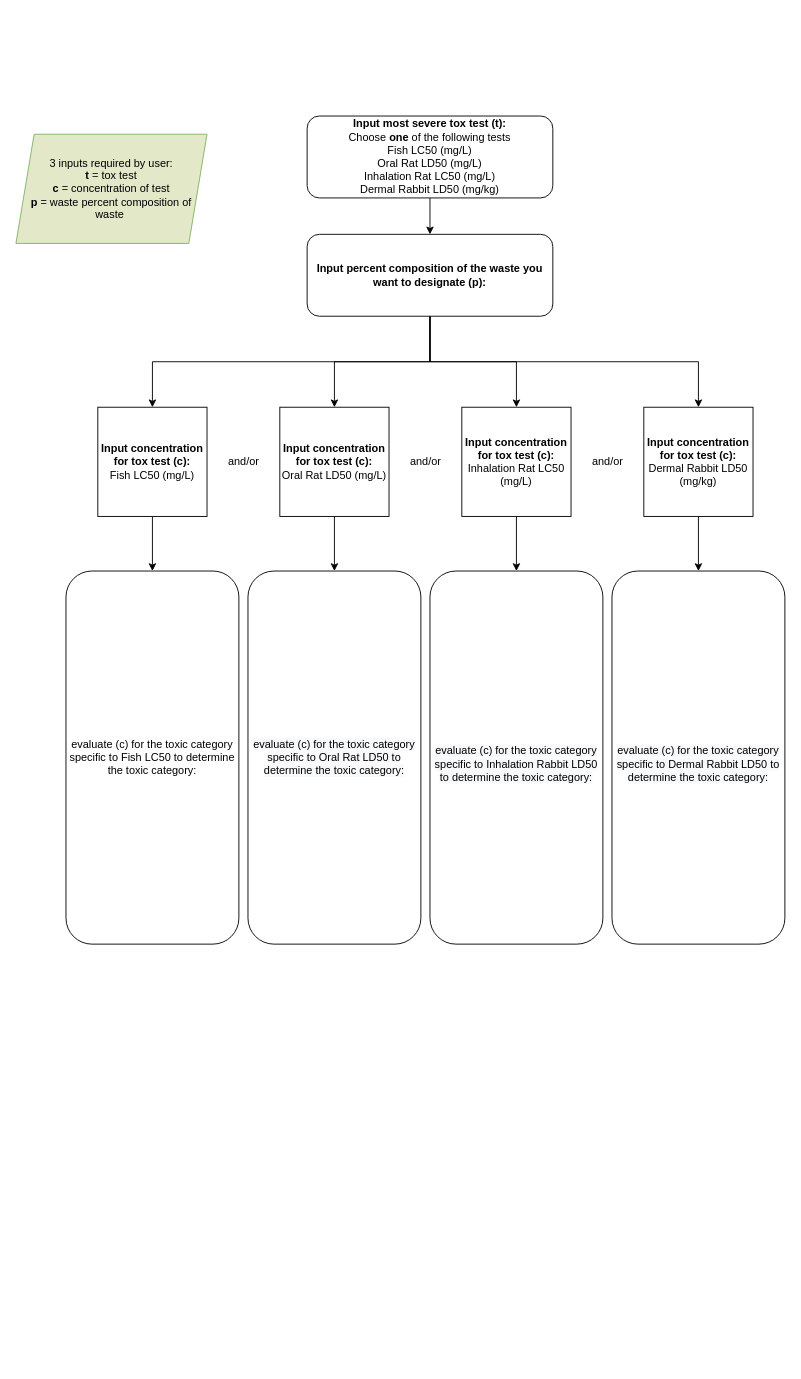
PhoenixTagal/Haku keeps this draw.io diagram as Untitled Diagram.drawio. Above is the earlier version. Source tidied: cells renumbered, new cells numbered last; positions are measured from the earlier drawing's top-left corner, leaving out a move shared by most shapes. Both pictures are drawn from the tidied source at 91%, with x=0, y=0 at pixel (15, 116).
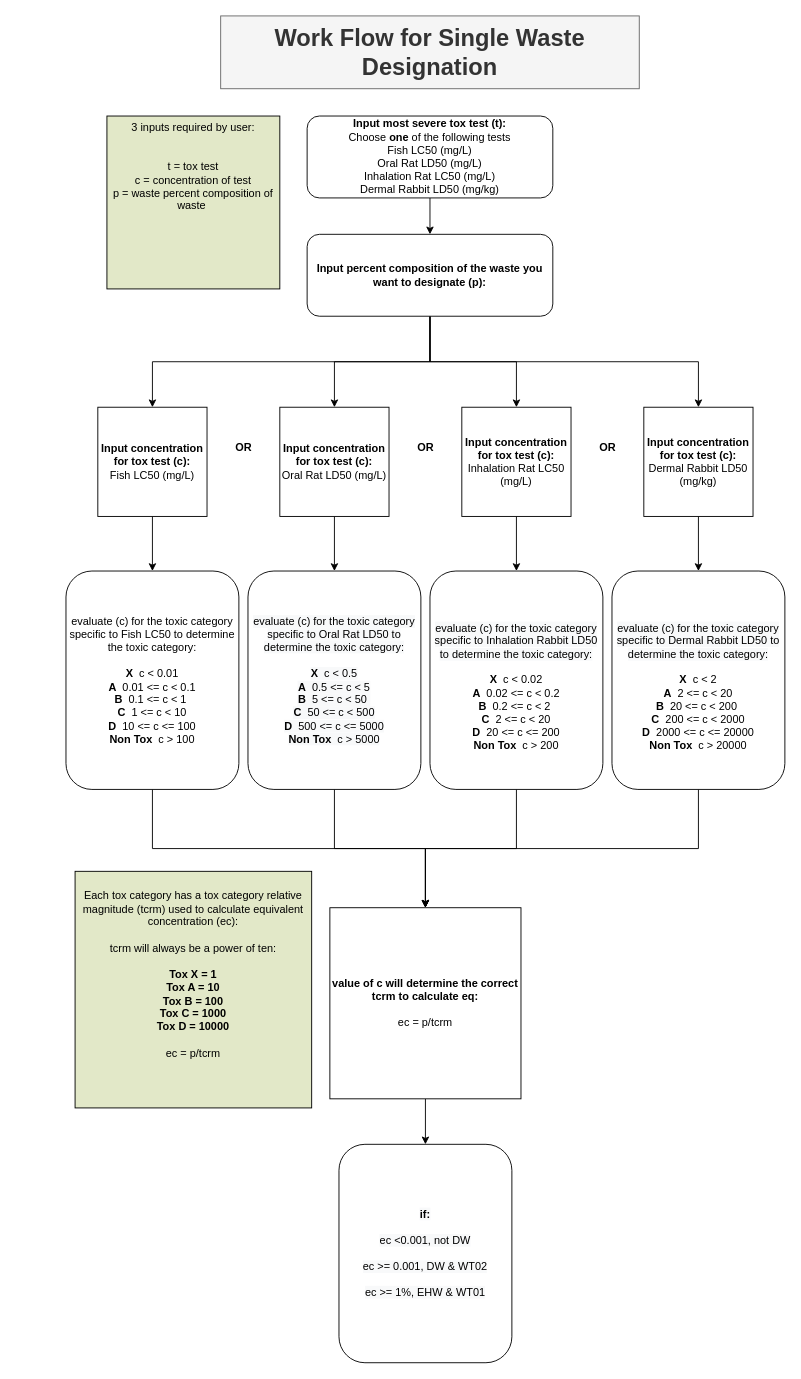
The same page after the edit.

Diff of the diagram source:
```diff
@@
+    <mxCell id="25" style="edgeStyle=orthogonalEdgeStyle;rounded=0;jettySize=auto;html=1;exitX=0.5;exitY=1;exitDx=0;exitDy=0;entryX=0.5;entryY=0;entryDx=0;entryDy=0;fontSize=12;fontColor=default;" parent="1" edge="1" source="15" target="35">
+      <mxGeometry relative="1" as="geometry" />
+    </mxCell>
-    <mxCell id="15" value="evaluate (c) for the toxic category specific to Fish LC50 to determine the toxic category:" style="rounded=1;whiteSpace=wrap;html=1;" parent="1" vertex="1">
-      <mxGeometry x="55" y="500" width="190" height="410" as="geometry" />
+    <mxCell id="15" value="evaluate (c) for the toxic category specific to Fish LC50 to determine the toxic category:&lt;br&gt;&lt;br&gt;&lt;b&gt;X&lt;/b&gt;&amp;nbsp; c &amp;lt; 0.01&lt;br&gt;&lt;b&gt;A&lt;/b&gt;&amp;nbsp; 0.01 &amp;lt;= c &amp;lt; 0.1&lt;br&gt;&lt;b&gt;B&lt;/b&gt;&amp;nbsp; 0.1 &amp;lt;= c &amp;lt; 1&amp;nbsp;&lt;br&gt;&lt;b&gt;C&lt;/b&gt;&amp;nbsp; 1 &amp;lt;= c &amp;lt; 10&lt;br&gt;&lt;b&gt;D&lt;/b&gt;&amp;nbsp; 10 &amp;lt;= c &amp;lt;= 100&lt;br&gt;&lt;b&gt;Non Tox&amp;nbsp; &lt;/b&gt;c &amp;gt; 100" style="rounded=1;whiteSpace=wrap;html=1;" parent="1" vertex="1">
+      <mxGeometry x="55" y="500" width="190" height="240" as="geometry" />
     </mxCell>
+    <mxCell id="26" style="edgeStyle=orthogonalEdgeStyle;rounded=0;jettySize=auto;html=1;exitX=0.5;exitY=1;exitDx=0;exitDy=0;fontSize=12;fontColor=default;" parent="1" edge="1" source="16" target="35">
+      <mxGeometry relative="1" as="geometry" />
+    </mxCell>
-    <mxCell id="16" value="&lt;span style=&quot;color: rgb(0, 0, 0); font-family: Helvetica; font-size: 12px; font-style: normal; font-variant-ligatures: normal; font-variant-caps: normal; font-weight: 400; letter-spacing: normal; orphans: 2; text-align: center; text-indent: 0px; text-transform: none; widows: 2; word-spacing: 0px; -webkit-text-stroke-width: 0px; background-color: rgb(248, 249, 250); text-decoration-thickness: initial; text-decoration-style: initial; text-decoration-color: initial; float: none; display: inline !important;&quot;&gt;evaluate (c) for the toxic category specific to Oral Rat LD50 to determine the toxic category:&lt;/span&gt;" style="rounded=1;whiteSpace=wrap;html=1;" parent="1" vertex="1">
-      <mxGeometry x="255" y="500" width="190" height="410" as="geometry" />
+    <mxCell id="16" value="&lt;span style=&quot;color: rgb(0, 0, 0); font-family: Helvetica; font-size: 12px; font-style: normal; font-variant-ligatures: normal; font-variant-caps: normal; font-weight: 400; letter-spacing: normal; orphans: 2; text-align: center; text-indent: 0px; text-transform: none; widows: 2; word-spacing: 0px; -webkit-text-stroke-width: 0px; background-color: rgb(248, 249, 250); text-decoration-thickness: initial; text-decoration-style: initial; text-decoration-color: initial; float: none; display: inline !important;&quot;&gt;evaluate (c) for the toxic category specific to Oral Rat LD50 to determine the toxic category:&lt;br&gt;&lt;br&gt;&lt;b&gt;X&lt;/b&gt;&amp;nbsp; c &amp;lt; 0.5&lt;br&gt;&lt;b&gt;A&lt;/b&gt;&amp;nbsp; 0.5 &amp;lt;= c &amp;lt; 5&lt;br&gt;&lt;b&gt;B&lt;/b&gt;&amp;nbsp; 5 &amp;lt;= c &amp;lt; 50&amp;nbsp;&lt;br&gt;&lt;b&gt;C&lt;/b&gt;&amp;nbsp; 50 &amp;lt;= c &amp;lt; 500&lt;br&gt;&lt;b&gt;D&lt;/b&gt;&amp;nbsp; 500 &amp;lt;= c &amp;lt;= 5000&lt;br&gt;&lt;b&gt;Non Tox&amp;nbsp;&amp;nbsp;&lt;/b&gt;c &amp;gt; 5000&lt;br&gt;&lt;/span&gt;" style="rounded=1;whiteSpace=wrap;html=1;" parent="1" vertex="1">
+      <mxGeometry x="255" y="500" width="190" height="240" as="geometry" />
     </mxCell>
+    <mxCell id="27" style="edgeStyle=orthogonalEdgeStyle;rounded=0;jettySize=auto;html=1;exitX=0.5;exitY=1;exitDx=0;exitDy=0;fontSize=12;fontColor=default;entryX=0.5;entryY=0;entryDx=0;entryDy=0;" parent="1" edge="1" source="17" target="35">
+      <mxGeometry relative="1" as="geometry" />
+    </mxCell>
-    <mxCell id="17" value="&lt;br&gt;&lt;span style=&quot;color: rgb(0, 0, 0); font-family: Helvetica; font-size: 12px; font-style: normal; font-variant-ligatures: normal; font-variant-caps: normal; font-weight: 400; letter-spacing: normal; orphans: 2; text-align: center; text-indent: 0px; text-transform: none; widows: 2; word-spacing: 0px; -webkit-text-stroke-width: 0px; background-color: rgb(248, 249, 250); text-decoration-thickness: initial; text-decoration-style: initial; text-decoration-color: initial; float: none; display: inline !important;&quot;&gt;evaluate (c) for the toxic category specific to Inhalation Rabbit LD50 to determine the toxic category:&lt;/span&gt;&lt;br&gt;" style="rounded=1;whiteSpace=wrap;html=1;" parent="1" vertex="1">
-      <mxGeometry x="455" y="500" width="190" height="410" as="geometry" />
+    <mxCell id="17" value="&lt;br&gt;&lt;span style=&quot;color: rgb(0, 0, 0); font-family: Helvetica; font-size: 12px; font-style: normal; font-variant-ligatures: normal; font-variant-caps: normal; font-weight: 400; letter-spacing: normal; orphans: 2; text-align: center; text-indent: 0px; text-transform: none; widows: 2; word-spacing: 0px; -webkit-text-stroke-width: 0px; background-color: rgb(248, 249, 250); text-decoration-thickness: initial; text-decoration-style: initial; text-decoration-color: initial; float: none; display: inline !important;&quot;&gt;evaluate (c) for the toxic category specific to Inhalation Rabbit LD50 to determine the toxic category:&lt;br&gt;&lt;/span&gt;&lt;br&gt;&lt;b&gt;X&lt;/b&gt;&amp;nbsp; c &amp;lt; 0.02&lt;br&gt;&lt;b&gt;A&lt;/b&gt;&amp;nbsp; 0.02 &amp;lt;= c &amp;lt; 0.2&lt;br&gt;&lt;b&gt;B&lt;/b&gt;&amp;nbsp; 0.2 &amp;lt;= c &amp;lt; 2&amp;nbsp;&lt;br&gt;&lt;b&gt;C&lt;/b&gt;&amp;nbsp; 2 &amp;lt;= c &amp;lt; 20&lt;br&gt;&lt;b&gt;D&lt;/b&gt;&amp;nbsp; 20 &amp;lt;= c &amp;lt;= 200&lt;br&gt;&lt;b&gt;Non Tox&amp;nbsp;&amp;nbsp;&lt;/b&gt;c &amp;gt; 200" style="rounded=1;whiteSpace=wrap;html=1;" parent="1" vertex="1">
+      <mxGeometry x="455" y="500" width="190" height="240" as="geometry" />
     </mxCell>
+    <mxCell id="28" style="edgeStyle=orthogonalEdgeStyle;rounded=0;jettySize=auto;html=1;exitX=0.5;exitY=1;exitDx=0;exitDy=0;fontSize=12;fontColor=default;entryX=0.5;entryY=0;entryDx=0;entryDy=0;" parent="1" edge="1" source="18" target="35">
+      <mxGeometry relative="1" as="geometry" />
+    </mxCell>
-    <mxCell id="18" value="&lt;br&gt;&lt;span style=&quot;color: rgb(0, 0, 0); font-family: Helvetica; font-size: 12px; font-style: normal; font-variant-ligatures: normal; font-variant-caps: normal; font-weight: 400; letter-spacing: normal; orphans: 2; text-align: center; text-indent: 0px; text-transform: none; widows: 2; word-spacing: 0px; -webkit-text-stroke-width: 0px; background-color: rgb(248, 249, 250); text-decoration-thickness: initial; text-decoration-style: initial; text-decoration-color: initial; float: none; display: inline !important;&quot;&gt;evaluate (c) for the toxic category specific to Dermal Rabbit LD50 to determine the toxic category:&lt;/span&gt;&lt;br&gt;" style="rounded=1;whiteSpace=wrap;html=1;" parent="1" vertex="1">
-      <mxGeometry x="655" y="500" width="190" height="410" as="geometry" />
+    <mxCell id="18" value="&lt;br&gt;&lt;span style=&quot;color: rgb(0, 0, 0); font-family: Helvetica; font-size: 12px; font-style: normal; font-variant-ligatures: normal; font-variant-caps: normal; font-weight: 400; letter-spacing: normal; orphans: 2; text-align: center; text-indent: 0px; text-transform: none; widows: 2; word-spacing: 0px; -webkit-text-stroke-width: 0px; background-color: rgb(248, 249, 250); text-decoration-thickness: initial; text-decoration-style: initial; text-decoration-color: initial; float: none; display: inline !important;&quot;&gt;evaluate (c) for the toxic category specific to Dermal Rabbit LD50 to determine the toxic category:&lt;br&gt;&lt;/span&gt;&lt;br&gt;&lt;b&gt;X&lt;/b&gt;&amp;nbsp; c &amp;lt; 2&lt;br&gt;&lt;b&gt;A&lt;/b&gt;&amp;nbsp; 2 &amp;lt;= c &amp;lt; 20&lt;br&gt;&lt;b&gt;B&lt;/b&gt;&amp;nbsp; 20 &amp;lt;= c &amp;lt; 200&amp;nbsp;&lt;br&gt;&lt;b&gt;C&lt;/b&gt;&amp;nbsp; 200 &amp;lt;= c &amp;lt; 2000&lt;br&gt;&lt;b&gt;D&lt;/b&gt;&amp;nbsp; 2000 &amp;lt;= c &amp;lt;= 20000&lt;br&gt;&lt;b&gt;Non Tox&amp;nbsp;&amp;nbsp;&lt;/b&gt;c &amp;gt; 20000" style="rounded=1;whiteSpace=wrap;html=1;" parent="1" vertex="1">
+      <mxGeometry x="655" y="500" width="190" height="240" as="geometry" />
     </mxCell>
-    <mxCell id="19" value="3 inputs required by user:&lt;br&gt;&lt;b&gt;t &lt;/b&gt;= tox test&lt;br&gt;&lt;b&gt;c &lt;/b&gt;= concentration of test&lt;br&gt;&lt;b&gt;p &lt;/b&gt;= waste percent composition of waste&amp;nbsp;" style="shape=parallelogram;perimeter=parallelogramPerimeter;whiteSpace=wrap;html=1;fixedSize=1;fillColor=#E2E8C8;strokeColor=#82b366;" parent="1" vertex="1">
-      <mxGeometry y="20" width="210" height="120" as="geometry" />
-    </mxCell>
@@
-    <mxCell id="22" value="and/or" style="text;html=1;align=center;verticalAlign=middle;strokeColor=none;fillColor=none;" parent="1" vertex="1">
-      <mxGeometry x="220" y="365" width="60" height="30" as="geometry" />
-    </mxCell>
-    <mxCell id="23" value="and/or" style="text;html=1;align=center;verticalAlign=middle;strokeColor=none;fillColor=none;" parent="1" vertex="1">
-      <mxGeometry x="420" y="365" width="60" height="30" as="geometry" />
-    </mxCell>
-    <mxCell id="24" value="and/or" style="text;html=1;align=center;verticalAlign=middle;strokeColor=none;fillColor=none;" parent="1" vertex="1">
-      <mxGeometry x="620" y="365" width="60" height="30" as="geometry" />
+    <mxCell id="24" value="OR" style="text;html=1;align=center;verticalAlign=middle;strokeColor=none;fillColor=none;fontStyle=1;" parent="1" vertex="1">
+      <mxGeometry x="630" y="350" width="40" height="30" as="geometry" />
     </mxCell>
+    <mxCell id="29" value="&lt;font size=&quot;1&quot; style=&quot;&quot;&gt;&lt;b style=&quot;font-size: 26px;&quot;&gt;Work Flow for Single Waste Designation&lt;/b&gt;&lt;/font&gt;" style="rounded=0;whiteSpace=wrap;html=1;fillColor=#f5f5f5;fontColor=#333333;strokeColor=#666666;" parent="1" vertex="1">
+      <mxGeometry x="225" y="-110" width="460" height="80" as="geometry" />
+    </mxCell>
+    <mxCell id="30" value="OR" style="text;html=1;align=center;verticalAlign=middle;strokeColor=none;fillColor=none;fontStyle=1;" parent="1" vertex="1">
+      <mxGeometry x="430" y="350" width="40" height="30" as="geometry" />
+    </mxCell>
+    <mxCell id="31" value="OR" style="text;html=1;align=center;verticalAlign=middle;strokeColor=none;fillColor=none;fontStyle=1;" parent="1" vertex="1">
+      <mxGeometry x="230" y="350" width="40" height="30" as="geometry" />
+    </mxCell>
+    <mxCell id="32" value="&lt;br style=&quot;font-size: 12px;&quot;&gt;Each tox category has a tox category relative magnitude (tcrm) used to calculate equivalent concentration (ec):&lt;br&gt;&lt;br&gt;tcrm will always be a power of ten:&lt;br&gt;&lt;br&gt;&lt;b&gt;Tox X = 1&lt;/b&gt;&lt;br&gt;&lt;b&gt;Tox A = 10&lt;/b&gt;&lt;br&gt;&lt;b&gt;Tox&amp;nbsp;&lt;/b&gt;&lt;b&gt;B = 100&lt;/b&gt;&lt;br&gt;&lt;b&gt;Tox&amp;nbsp;&lt;/b&gt;&lt;b&gt;C = 1000&lt;/b&gt;&lt;br&gt;&lt;b&gt;Tox&amp;nbsp;&lt;/b&gt;&lt;b&gt;D = 10000&lt;/b&gt;&lt;br&gt;&lt;br&gt;ec = p/tcrm" style="fontSize=12;verticalAlign=top;align=center;spacing=1;html=1;whiteSpace=wrap;fillColor=#E2E8C8;" parent="1" vertex="1">
+      <mxGeometry x="65" y="830" width="260" height="260" as="geometry" />
+    </mxCell>
+    <mxCell id="19" value="3 inputs required by user:&#10;&#10;&#10;t = tox test&#10;c = concentration of test&#10;p = waste percent composition of waste " style="fontSize=12;verticalAlign=top;align=center;spacing=1;whiteSpace=wrap;fillColor=#E2E8C8;fontColor=default;labelBackgroundColor=none;" parent="1" vertex="1">
+      <mxGeometry x="100" width="190" height="190" as="geometry" />
+    </mxCell>
+    <mxCell id="33" value="&lt;span style=&quot;color: rgb(0, 0, 0); font-family: Helvetica; font-size: 12px; font-style: normal; font-variant-ligatures: normal; font-variant-caps: normal; letter-spacing: normal; orphans: 2; text-align: center; text-indent: 0px; text-transform: none; widows: 2; word-spacing: 0px; -webkit-text-stroke-width: 0px; background-color: rgb(248, 249, 250); text-decoration-thickness: initial; text-decoration-style: initial; text-decoration-color: initial; float: none; display: inline !important;&quot;&gt;&lt;b&gt;if:&lt;/b&gt;&lt;br&gt;&lt;br&gt;ec &amp;lt;0.001, not DW&lt;br&gt;&lt;br&gt;ec &amp;gt;= 0.001, DW &amp;amp; WT02&lt;br&gt;&lt;br&gt;ec &amp;gt;= 1%, EHW &amp;amp; WT01&lt;br&gt;&lt;/span&gt;" style="rounded=1;whiteSpace=wrap;html=1;" parent="1" vertex="1">
+      <mxGeometry x="355" y="1130" width="190" height="240" as="geometry" />
+    </mxCell>
+    <mxCell id="34" style="edgeStyle=orthogonalEdgeStyle;rounded=0;jettySize=auto;html=1;exitX=0.5;exitY=1;exitDx=0;exitDy=0;entryX=0.5;entryY=0;entryDx=0;entryDy=0;fontSize=12;fontColor=default;" parent="1" edge="1" source="35" target="33">
+      <mxGeometry relative="1" as="geometry" />
+    </mxCell>
+    <mxCell id="35" value="&lt;b&gt;value of c will determine the correct tcrm to calculate eq:&lt;/b&gt;&lt;br&gt;&lt;br&gt;ec = p/tcrm" style="whiteSpace=wrap;html=1;" parent="1" vertex="1">
+      <mxGeometry x="345" y="870" width="210" height="210" as="geometry" />
+    </mxCell>
```
